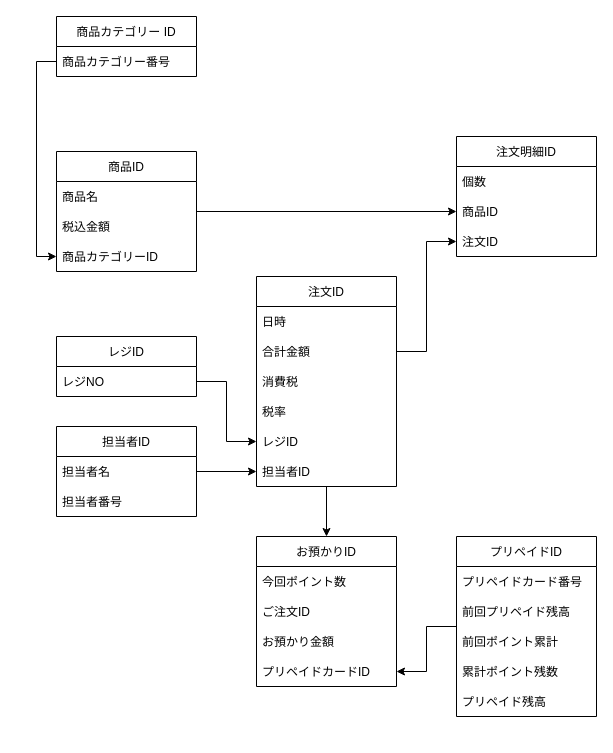
OdenTakashi/til keeps this draw.io diagram as page "Page-10" (9 of 10) of Untitled Diagram.drawio. Above is the earlier version. Source tidied: cells renumbered, new cells numbered last; positions are measured from the earlier drawing's top-left corner, leaving out a move shared by most shapes. Both pictures are drawn from the tidied source at 100%, with x=0, y=0 at pixel (56, 16).
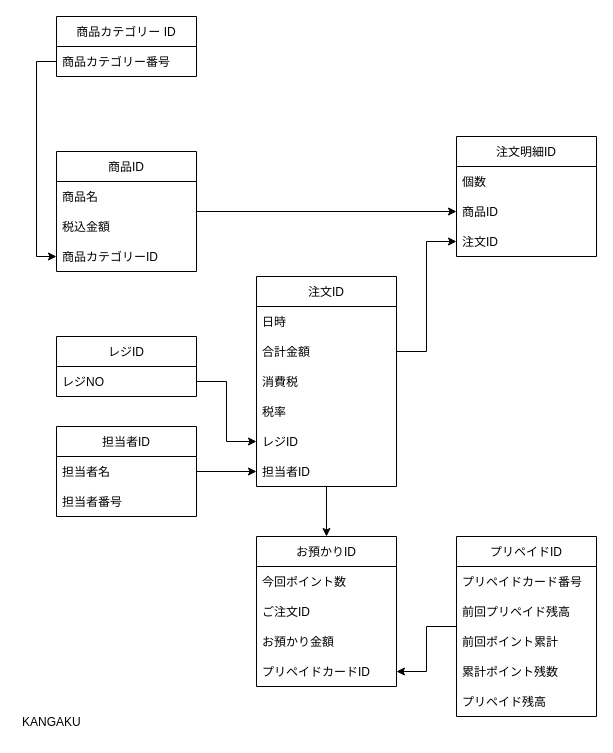
The same page after the edit.

Change to the diagram source:
```diff
@@
+    <mxCell id="42" value="KANGAKU" style="text;strokeColor=none;fillColor=none;align=left;verticalAlign=middle;spacingLeft=4;spacingRight=4;overflow=hidden;" parent="1" vertex="1">
+      <mxGeometry x="-40" y="690" width="80" height="30" as="geometry" />
+    </mxCell>
```
